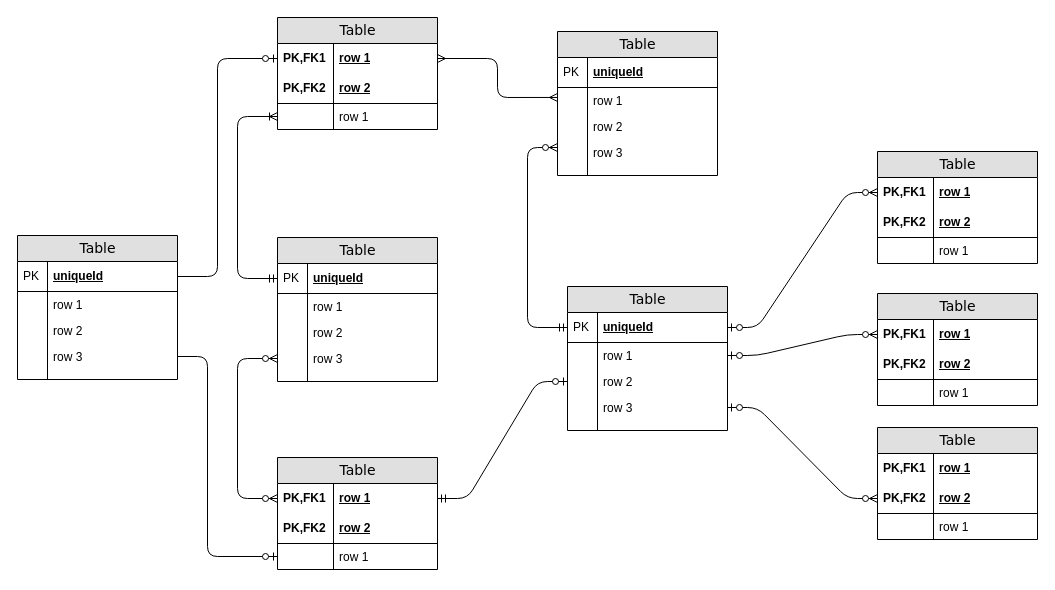
Earlier version of the draw.io diagram Untitled Diagram.drawio (kstar0102/ryuki0102). Source tidied: cells renumbered, new cells numbered last; positions are measured from the earlier drawing's top-left corner, leaving out a move shared by most shapes. Both pictures are drawn from the tidied source at 100%, with x=0, y=0 at pixel (17, 17).
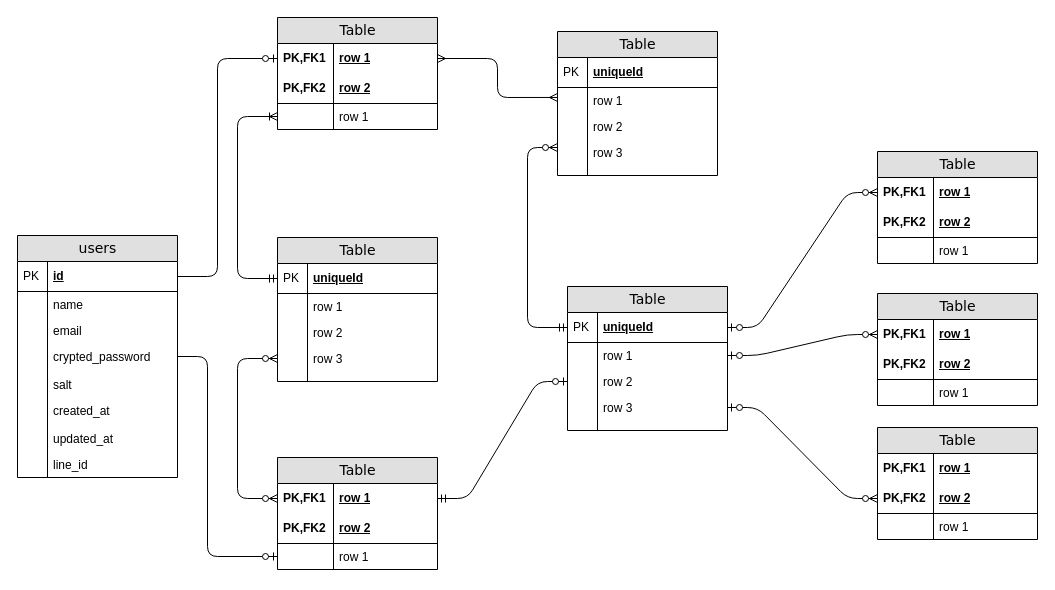
Above is the later version.

Commit message:
Add: usersテーブル作成

What changed in the source:
```diff
@@
-    <mxCell id="78" value="Table" style="swimlane;html=1;fontStyle=0;horizontal=1;startSize=26;fillColor=#e0e0e0;swimlaneFillColor=#ffffff;align=center;rounded=0;shadow=0;comic=0;labelBackgroundColor=none;strokeWidth=1;fontFamily=Verdana;fontSize=14;" parent="1" vertex="1">
-      <mxGeometry y="218" width="160" height="144" as="geometry" />
+    <mxCell id="78" value="users" style="swimlane;html=1;fontStyle=0;horizontal=1;startSize=26;fillColor=#e0e0e0;swimlaneFillColor=#ffffff;align=center;rounded=0;shadow=0;comic=0;labelBackgroundColor=none;strokeWidth=1;fontFamily=Verdana;fontSize=14;" parent="1" vertex="1">
+      <mxGeometry y="218" width="160" height="242" as="geometry" />
     </mxCell>
-    <mxCell id="79" value="uniqueId" style="shape=partialRectangle;top=0;left=0;right=0;bottom=1;html=1;align=left;verticalAlign=middle;fillColor=none;spacingLeft=34;spacingRight=4;whiteSpace=wrap;overflow=hidden;points=[[0,0.5],[1,0.5]];portConstraint=eastwest;fontStyle=5;" parent="78" vertex="1">
+    <mxCell id="79" value="id" style="shape=partialRectangle;top=0;left=0;right=0;bottom=1;html=1;align=left;verticalAlign=middle;fillColor=none;spacingLeft=34;spacingRight=4;whiteSpace=wrap;overflow=hidden;points=[[0,0.5],[1,0.5]];portConstraint=eastwest;fontStyle=5;" parent="78" vertex="1">
       <mxGeometry y="26" width="160" height="30" as="geometry" />
     </mxCell>
@@
-    <mxCell id="81" value="row 1" style="shape=partialRectangle;top=0;left=0;right=0;bottom=0;html=1;align=left;verticalAlign=top;fillColor=none;spacingLeft=34;spacingRight=4;whiteSpace=wrap;overflow=hidden;" parent="78" vertex="1">
+    <mxCell id="81" value="name" style="shape=partialRectangle;top=0;left=0;right=0;bottom=0;html=1;align=left;verticalAlign=top;fillColor=none;spacingLeft=34;spacingRight=4;whiteSpace=wrap;overflow=hidden;" parent="78" vertex="1">
       <mxGeometry y="56" width="160" height="26" as="geometry" />
     </mxCell>
@@
-    <mxCell id="83" value="row 2" style="shape=partialRectangle;top=0;left=0;right=0;bottom=0;html=1;align=left;verticalAlign=top;fillColor=none;spacingLeft=34;spacingRight=4;whiteSpace=wrap;overflow=hidden;" parent="78" vertex="1">
+    <mxCell id="83" value="email" style="shape=partialRectangle;top=0;left=0;right=0;bottom=0;html=1;align=left;verticalAlign=top;fillColor=none;spacingLeft=34;spacingRight=4;whiteSpace=wrap;overflow=hidden;" parent="78" vertex="1">
       <mxGeometry y="82" width="160" height="26" as="geometry" />
     </mxCell>
@@
-    <mxCell id="85" value="row 3" style="shape=partialRectangle;top=0;left=0;right=0;bottom=0;html=1;align=left;verticalAlign=top;fillColor=none;spacingLeft=34;spacingRight=4;whiteSpace=wrap;overflow=hidden;points=[[0,0.5],[1,0.5]];portConstraint=eastwest;" parent="78" vertex="1">
+    <mxCell id="85" value="crypted_password" style="shape=partialRectangle;top=0;left=0;right=0;bottom=0;html=1;align=left;verticalAlign=top;fillColor=none;spacingLeft=34;spacingRight=4;whiteSpace=wrap;overflow=hidden;points=[[0,0.5],[1,0.5]];portConstraint=eastwest;" parent="78" vertex="1">
       <mxGeometry y="108" width="160" height="26" as="geometry" />
     </mxCell>
@@
     <mxCell id="87" style="shape=partialRectangle;top=0;left=0;right=0;bottom=0;html=1;align=left;verticalAlign=top;fillColor=none;spacingLeft=34;spacingRight=4;whiteSpace=wrap;overflow=hidden;" parent="78" vertex="1">
-      <mxGeometry y="134" width="160" height="10" as="geometry" />
+      <mxGeometry y="134" width="160" height="56" as="geometry" />
     </mxCell>
     <mxCell id="88" style="shape=partialRectangle;top=0;left=0;bottom=0;html=1;fillColor=none;align=left;verticalAlign=top;spacingLeft=4;spacingRight=4;whiteSpace=wrap;overflow=hidden;" parent="87" vertex="1">
-      <mxGeometry width="30" height="10" as="geometry" />
+      <mxGeometry width="30" height="56" as="geometry" />
     </mxCell>
@@
+    <mxCell id="91" value="salt" style="shape=partialRectangle;top=0;left=0;right=0;bottom=0;html=1;align=left;verticalAlign=top;fillColor=none;spacingLeft=34;spacingRight=4;whiteSpace=wrap;overflow=hidden;" parent="1" vertex="1">
+      <mxGeometry y="354" width="160" height="26" as="geometry" />
+    </mxCell>
+    <mxCell id="92" style="shape=partialRectangle;top=0;left=0;bottom=0;html=1;fillColor=none;align=left;verticalAlign=top;spacingLeft=4;spacingRight=4;whiteSpace=wrap;overflow=hidden;" parent="91" vertex="1">
+      <mxGeometry width="30" height="26" as="geometry" />
+    </mxCell>
+    <mxCell id="93" value="created_at" style="shape=partialRectangle;top=0;left=0;right=0;bottom=0;html=1;align=left;verticalAlign=top;fillColor=none;spacingLeft=34;spacingRight=4;whiteSpace=wrap;overflow=hidden;" parent="1" vertex="1">
+      <mxGeometry y="380" width="160" height="26" as="geometry" />
+    </mxCell>
+    <mxCell id="94" style="shape=partialRectangle;top=0;left=0;bottom=0;html=1;fillColor=none;align=left;verticalAlign=top;spacingLeft=4;spacingRight=4;whiteSpace=wrap;overflow=hidden;" parent="93" vertex="1">
+      <mxGeometry width="30" height="26" as="geometry" />
+    </mxCell>
+    <mxCell id="95" value="updated_at" style="shape=partialRectangle;top=0;left=0;right=0;bottom=0;html=1;align=left;verticalAlign=top;fillColor=none;spacingLeft=34;spacingRight=4;whiteSpace=wrap;overflow=hidden;" parent="1" vertex="1">
+      <mxGeometry y="408" width="160" height="26" as="geometry" />
+    </mxCell>
+    <mxCell id="96" style="shape=partialRectangle;top=0;left=0;bottom=0;html=1;fillColor=none;align=left;verticalAlign=top;spacingLeft=4;spacingRight=4;whiteSpace=wrap;overflow=hidden;" parent="95" vertex="1">
+      <mxGeometry width="30" height="26" as="geometry" />
+    </mxCell>
+    <mxCell id="97" value="line_id" style="shape=partialRectangle;top=0;left=0;right=0;bottom=0;html=1;align=left;verticalAlign=top;fillColor=none;spacingLeft=34;spacingRight=4;whiteSpace=wrap;overflow=hidden;" parent="1" vertex="1">
+      <mxGeometry y="434" width="160" height="36" as="geometry" />
+    </mxCell>
+    <mxCell id="98" style="shape=partialRectangle;top=0;left=0;bottom=0;html=1;fillColor=none;align=left;verticalAlign=top;spacingLeft=4;spacingRight=4;whiteSpace=wrap;overflow=hidden;" parent="97" vertex="1">
+      <mxGeometry width="30" height="25.9" as="geometry" />
+    </mxCell>
```
